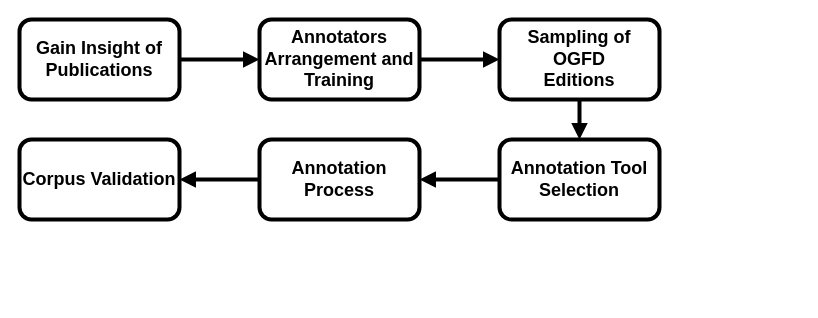
Before: annotation_pipeline.drawio in viniciusrpb/drawio_flowcharts, a draw.io diagram. Source tidied: cells renumbered, new cells numbered last; positions are measured from the earlier drawing's top-left corner, leaving out a move shared by most shapes. Both pictures are drawn from the tidied source at 100%, with x=0, y=0 at pixel (19, 19).
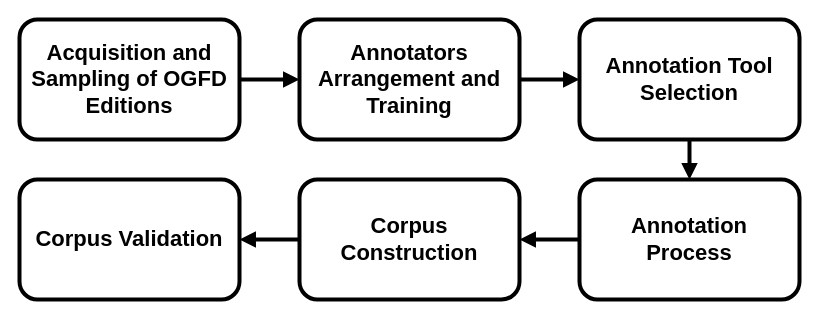
The same diagram, later.

The edit, as a diff of the source:
```diff
@@
 <mxGraphModel>
   <root>
     <mxCell id="0" />
     <mxCell id="1" parent="0" />
     <mxCell id="2" style="edgeStyle=orthogonalEdgeStyle;rounded=0;jettySize=auto;html=1;entryX=0;entryY=0.5;entryDx=0;entryDy=0;strokeWidth=4;endArrow=block;endFill=1;" parent="1" edge="1" source="3" target="5">
       <mxGeometry relative="1" as="geometry" />
     </mxCell>
-    <mxCell id="3" value="Gain Insight of&lt;br style=&quot;font-size: 18px;&quot;&gt;Publications" style="rounded=1;whiteSpace=wrap;html=1;strokeWidth=4;fontSize=18;fontStyle=1;" parent="1" vertex="1">
-      <mxGeometry width="160" height="80" as="geometry" />
+    <mxCell id="3" value="Acquisition and Sampling of OGFD&lt;br style=&quot;border-color: var(--border-color);&quot;&gt;Editions" style="rounded=1;whiteSpace=wrap;html=1;strokeWidth=4;fontSize=22;fontStyle=1;" parent="1" vertex="1">
+      <mxGeometry width="220" height="120" as="geometry" />
     </mxCell>
-    <mxCell id="4" style="edgeStyle=orthogonalEdgeStyle;rounded=0;jettySize=auto;html=1;entryX=0;entryY=0.5;entryDx=0;entryDy=0;strokeWidth=4;endArrow=block;endFill=1;" parent="1" edge="1" source="5" target="7">
-      <mxGeometry relative="1" as="geometry" />
-    </mxCell>
+    <mxCell id="13" style="edgeStyle=orthogonalEdgeStyle;rounded=0;jettySize=auto;html=1;strokeWidth=4;endArrow=block;endFill=1;" parent="1" edge="1" source="5" target="9">
+      <mxGeometry relative="1" as="geometry" />
+    </mxCell>
-    <mxCell id="5" value="Annotators&lt;br style=&quot;font-size: 18px;&quot;&gt;Arrangement and Training" style="rounded=1;whiteSpace=wrap;html=1;strokeWidth=4;fontSize=18;fontStyle=1;" parent="1" vertex="1">
-      <mxGeometry x="240" width="160" height="80" as="geometry" />
+    <mxCell id="5" value="Annotators&lt;br style=&quot;font-size: 22px;&quot;&gt;Arrangement and Training" style="rounded=1;whiteSpace=wrap;html=1;strokeWidth=4;fontSize=22;fontStyle=1;" parent="1" vertex="1">
+      <mxGeometry x="280" width="220" height="120" as="geometry" />
     </mxCell>
-    <mxCell id="6" style="edgeStyle=orthogonalEdgeStyle;rounded=0;jettySize=auto;html=1;entryX=0.5;entryY=0;entryDx=0;entryDy=0;strokeWidth=4;endArrow=block;endFill=1;" parent="1" edge="1" source="7" target="9">
-      <mxGeometry relative="1" as="geometry" />
+    <mxCell id="6" style="edgeStyle=orthogonalEdgeStyle;rounded=0;jettySize=auto;html=1;entryX=0.5;entryY=0;entryDx=0;entryDy=0;strokeWidth=4;endArrow=block;endFill=1;exitX=0.5;exitY=1;exitDx=0;exitDy=0;" parent="1" edge="1" source="9">
+      <mxGeometry relative="1" as="geometry">
+        <mxPoint x="670" y="160" as="targetPoint" />
+      </mxGeometry>
     </mxCell>
-    <mxCell id="7" value="Sampling of OGFD&lt;br style=&quot;font-size: 18px;&quot;&gt;Editions" style="rounded=1;whiteSpace=wrap;html=1;strokeWidth=4;fontSize=18;fontStyle=1;" parent="1" vertex="1">
-      <mxGeometry x="480" width="160" height="80" as="geometry" />
-    </mxCell>
-    <mxCell id="8" style="edgeStyle=orthogonalEdgeStyle;rounded=0;jettySize=auto;html=1;entryX=1;entryY=0.5;entryDx=0;entryDy=0;strokeWidth=4;endArrow=block;endFill=1;" parent="1" edge="1" source="9" target="11">
-      <mxGeometry relative="1" as="geometry" />
-    </mxCell>
-    <mxCell id="9" value="Annotation Tool Selection" style="rounded=1;whiteSpace=wrap;html=1;strokeWidth=4;fontSize=18;fontStyle=1;" parent="1" vertex="1">
-      <mxGeometry x="480" y="120" width="160" height="80" as="geometry" />
-    </mxCell>
-    <mxCell id="10" style="edgeStyle=orthogonalEdgeStyle;rounded=0;jettySize=auto;html=1;entryX=1;entryY=0.5;entryDx=0;entryDy=0;strokeWidth=4;endArrow=block;endFill=1;" parent="1" edge="1" source="11" target="12">
+    <mxCell id="10" style="edgeStyle=orthogonalEdgeStyle;rounded=0;jettySize=auto;html=1;entryX=1;entryY=0.5;entryDx=0;entryDy=0;strokeWidth=4;endArrow=block;endFill=1;exitX=0;exitY=0.5;exitDx=0;exitDy=0;" parent="1" edge="1" source="15" target="12">
       <mxGeometry relative="1" as="geometry" />
     </mxCell>
+    <mxCell id="14" style="edgeStyle=orthogonalEdgeStyle;rounded=0;jettySize=auto;html=1;entryX=1;entryY=0.5;entryDx=0;entryDy=0;strokeWidth=4;endArrow=block;endFill=1;" parent="1" edge="1" source="11" target="15">
+      <mxGeometry relative="1" as="geometry" />
+    </mxCell>
-    <mxCell id="11" value="Annotation&lt;br style=&quot;font-size: 18px;&quot;&gt;Process" style="rounded=1;whiteSpace=wrap;html=1;strokeWidth=4;fontSize=18;fontStyle=1;" parent="1" vertex="1">
-      <mxGeometry x="240" y="120" width="160" height="80" as="geometry" />
+    <mxCell id="11" value="Annotation&lt;br style=&quot;font-size: 22px;&quot;&gt;Process" style="rounded=1;whiteSpace=wrap;html=1;strokeWidth=4;fontSize=22;fontStyle=1;" parent="1" vertex="1">
+      <mxGeometry x="560" y="160" width="220" height="120" as="geometry" />
     </mxCell>
-    <mxCell id="12" value="Corpus Validation" style="rounded=1;whiteSpace=wrap;html=1;strokeWidth=4;fontSize=18;fontStyle=1;" parent="1" vertex="1">
-      <mxGeometry y="120" width="160" height="80" as="geometry" />
+    <mxCell id="12" value="Corpus Validation" style="rounded=1;whiteSpace=wrap;html=1;strokeWidth=4;fontSize=22;fontStyle=1;" parent="1" vertex="1">
+      <mxGeometry y="160" width="220" height="120" as="geometry" />
     </mxCell>
+    <mxCell id="9" value="Annotation Tool Selection" style="rounded=1;whiteSpace=wrap;html=1;strokeWidth=4;fontSize=22;fontStyle=1;" parent="1" vertex="1">
+      <mxGeometry x="560" width="220" height="120" as="geometry" />
+    </mxCell>
+    <mxCell id="15" value="Corpus Construction" style="rounded=1;whiteSpace=wrap;html=1;strokeWidth=4;fontSize=22;fontStyle=1;" parent="1" vertex="1">
+      <mxGeometry x="280" y="160" width="220" height="120" as="geometry" />
+    </mxCell>
   </root>
 </mxGraphModel>
```
